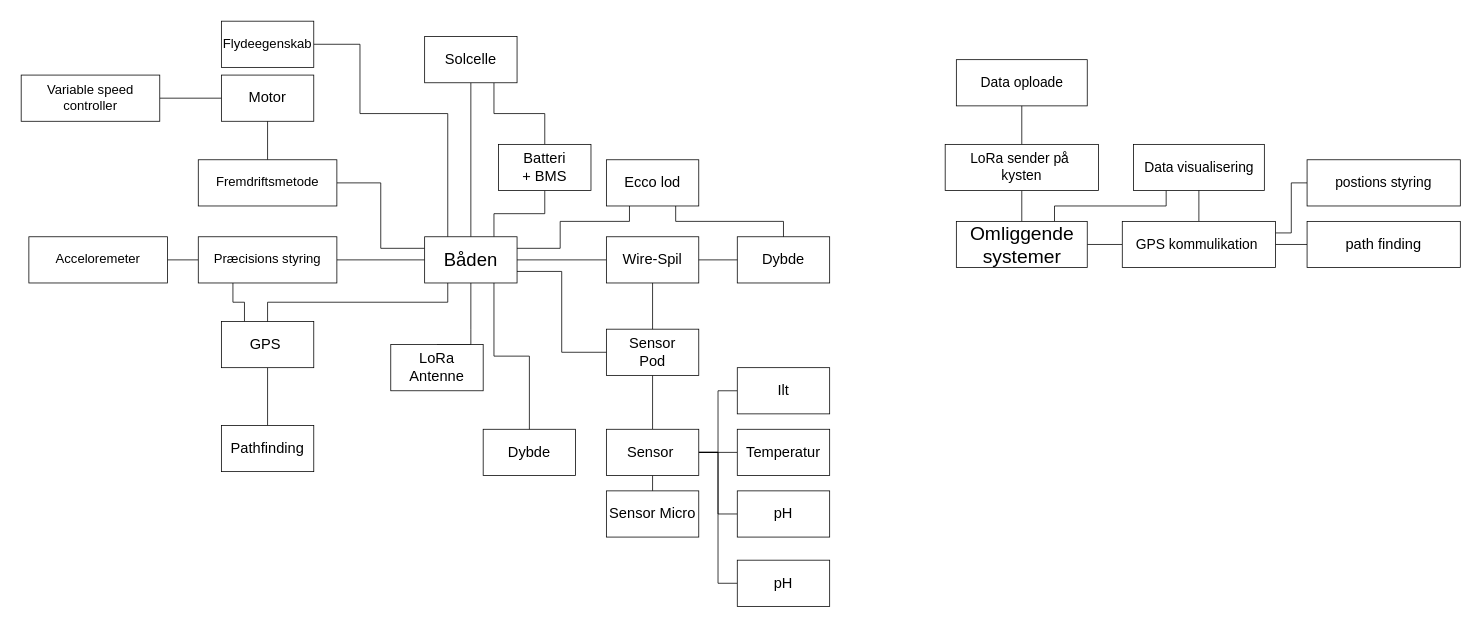
mbirko/PRJ3_Repo keeps this draw.io diagram as Projektformulering/fig/opstarts Arkitektur.drawio. Above is the earlier version. Source tidied: cells renumbered, new cells numbered last; positions are measured from the earlier drawing's top-left corner, leaving out a move shared by most shapes. Both pictures are drawn from the tidied source at 77%, with x=0, y=0 at pixel (21, 21).
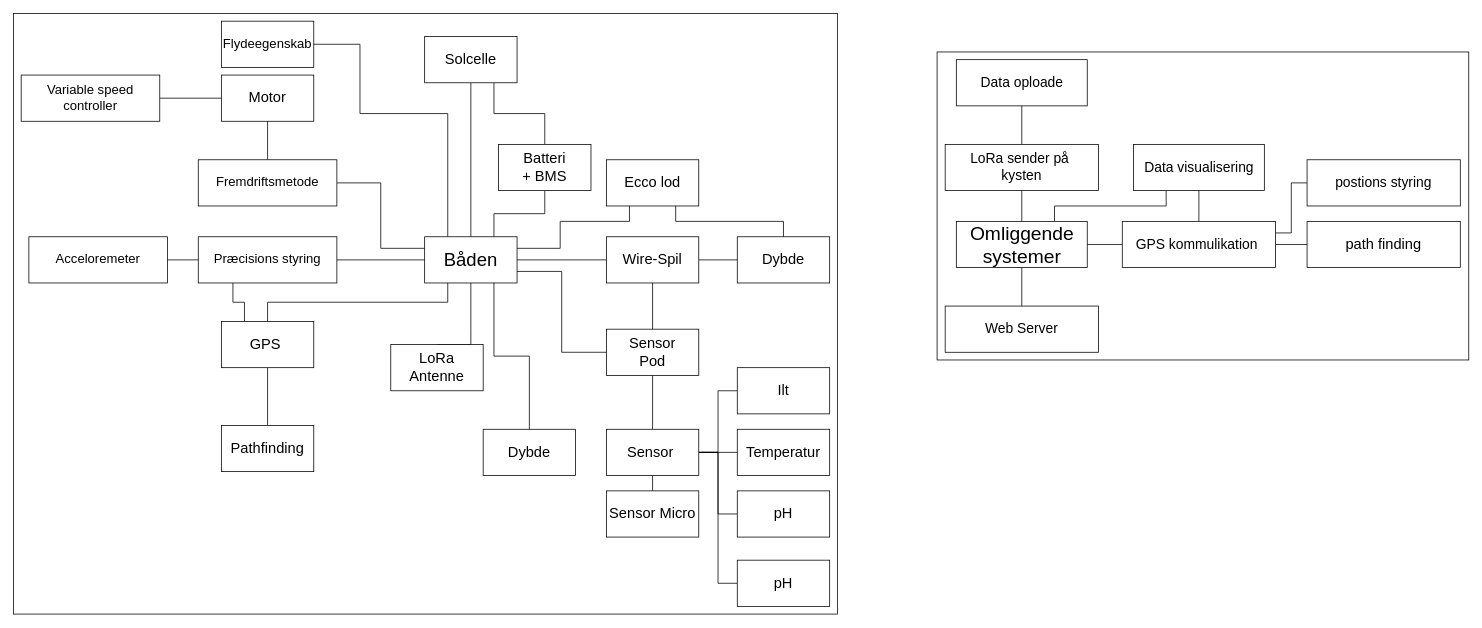
The same page after the edit.

The change refers to these unchanged cells:
```xml
<mxCell id="46" value="Omliggende systemer" style="rounded=0;whiteSpace=wrap;html=1;fontSize=25;" parent="1" vertex="1">
  <mxGeometry x="1214.5" y="260" width="170" height="60" as="geometry" />
</mxCell>
```

The edit, as a diff of the source:
```diff
@@
+    <mxCell id="65" style="rounded=0;whiteSpace=wrap;html=1;fontSize=19;" parent="1" vertex="1">
+      <mxGeometry x="1189.5" y="40" width="690.5" height="400" as="geometry" />
+    </mxCell>
+    <mxCell id="66" style="rounded=0;whiteSpace=wrap;html=1;fontSize=19;" parent="1" vertex="1">
+      <mxGeometry x="-10" y="-10" width="1070" height="780" as="geometry" />
+    </mxCell>
@@
+    <mxCell id="67" style="edgeStyle=orthogonalEdgeStyle;rounded=0;jettySize=auto;html=1;exitX=0.5;exitY=1;exitDx=0;exitDy=0;fontSize=19;endArrow=none;endFill=0;entryX=0.5;entryY=0;entryDx=0;entryDy=0;" parent="1" edge="1" source="46" target="68">
+      <mxGeometry relative="1" as="geometry" />
+    </mxCell>
@@
+    <mxCell id="68" value="Web Server" style="rounded=0;whiteSpace=wrap;html=1;fontSize=18;" parent="1" vertex="1">
+      <mxGeometry x="1200" y="370" width="199" height="60" as="geometry" />
+    </mxCell>
```
